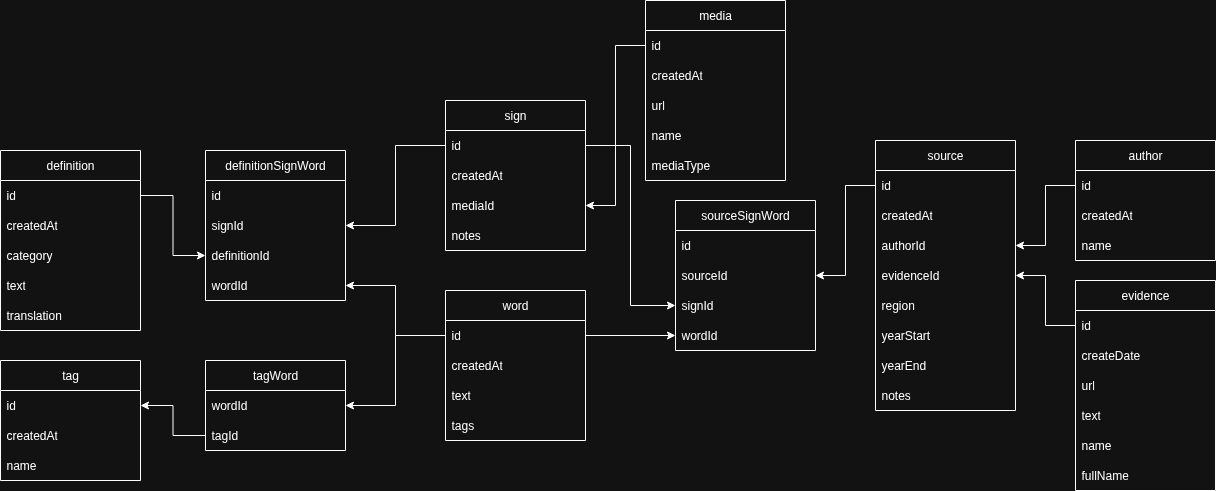
Hoinkas/SignArchive keeps this draw.io diagram as database_schema.png. Above is the earlier version. Source tidied: cells renumbered, new cells last; positions are measured from the earlier drawing's top-left corner, leaving out a move shared by most shapes.
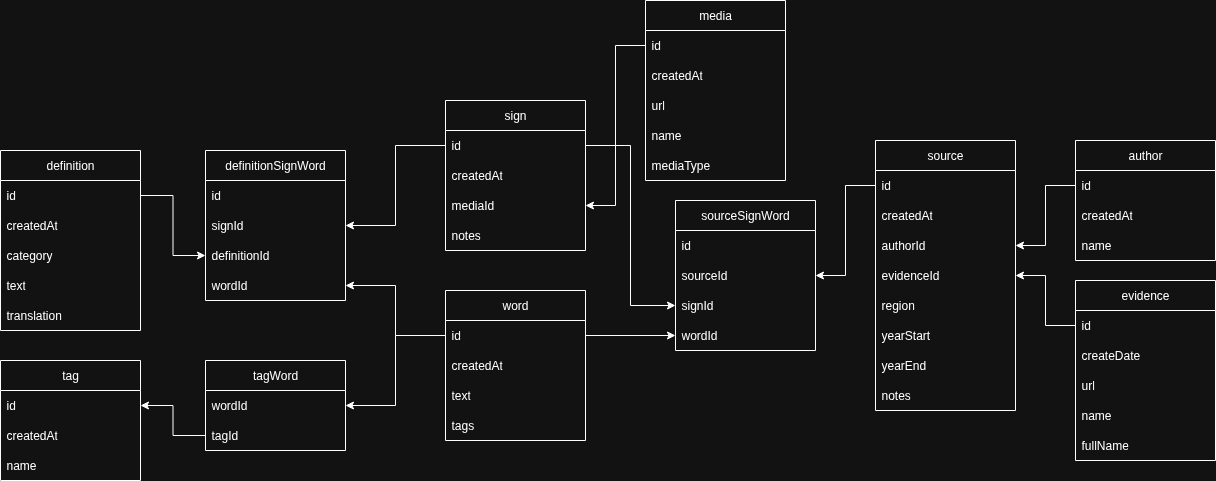
The same file after the commit.

Diff of the diagram source:
```diff
@@ -87,7 +87,7 @@
       <mxGeometry y="120" width="140" height="30" as="geometry" />
     </mxCell>
     <mxCell id="30" value="evidence" style="swimlane;fontStyle=0;horizontal=1;startSize=30;whiteSpace=wrap;html=1;" parent="1" vertex="1">
-      <mxGeometry x="1075" y="280" width="140" height="210" as="geometry" />
+      <mxGeometry x="1075" y="280" width="140" height="180" as="geometry" />
     </mxCell>
     <mxCell id="31" value="id" style="text;strokeColor=none;fillColor=none;align=left;verticalAlign=middle;spacingLeft=4;spacingRight=4;overflow=hidden;points=[[0,0.5],[1,0.5]];portConstraint=eastwest;whiteSpace=wrap;html=1;" parent="30" vertex="1">
       <mxGeometry y="30" width="140" height="30" as="geometry" />
@@ -98,14 +98,11 @@
     <mxCell id="33" value="url" style="text;strokeColor=none;fillColor=none;align=left;verticalAlign=middle;spacingLeft=4;spacingRight=4;overflow=hidden;whiteSpace=wrap;html=1;" parent="30" vertex="1">
       <mxGeometry y="90" width="140" height="30" as="geometry" />
     </mxCell>
-    <mxCell id="34" value="text" style="text;strokeColor=none;fillColor=none;align=left;verticalAlign=middle;spacingLeft=4;spacingRight=4;overflow=hidden;whiteSpace=wrap;html=1;" parent="30" vertex="1">
-      <mxGeometry y="120" width="140" height="30" as="geometry" />
-    </mxCell>
     <mxCell id="35" value="name" style="text;strokeColor=none;fillColor=none;align=left;verticalAlign=middle;spacingLeft=4;spacingRight=4;overflow=hidden;whiteSpace=wrap;html=1;" parent="30" vertex="1">
-      <mxGeometry y="150" width="140" height="30" as="geometry" />
+      <mxGeometry y="120" width="140" height="30" as="geometry" />
     </mxCell>
     <mxCell id="36" value="fullName" style="text;strokeColor=none;fillColor=none;align=left;verticalAlign=middle;spacingLeft=4;spacingRight=4;overflow=hidden;whiteSpace=wrap;html=1;" parent="30" vertex="1">
-      <mxGeometry y="180" width="140" height="30" as="geometry" />
+      <mxGeometry y="150" width="140" height="30" as="geometry" />
     </mxCell>
     <mxCell id="37" value="definition" style="swimlane;fontStyle=0;horizontal=1;startSize=30;whiteSpace=wrap;html=1;" parent="1" vertex="1">
       <mxGeometry y="150" width="140" height="180" as="geometry" />
```
